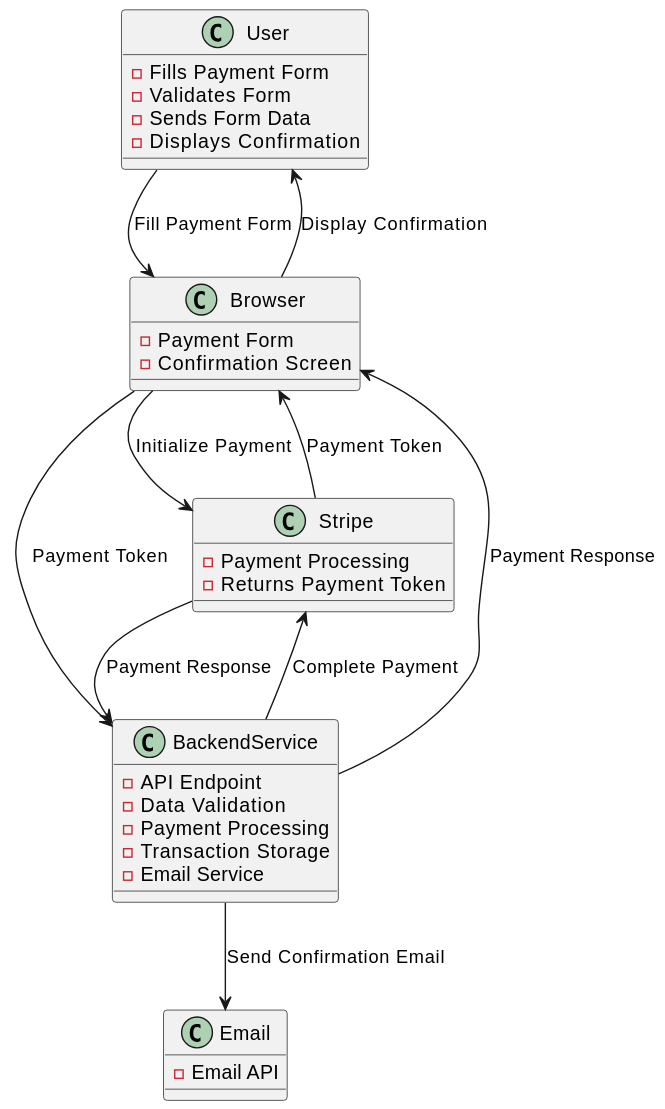
Before: docs/backend-data-flow.svg, a diagram exported from PlantUML (PaulWheatcroft/payment).
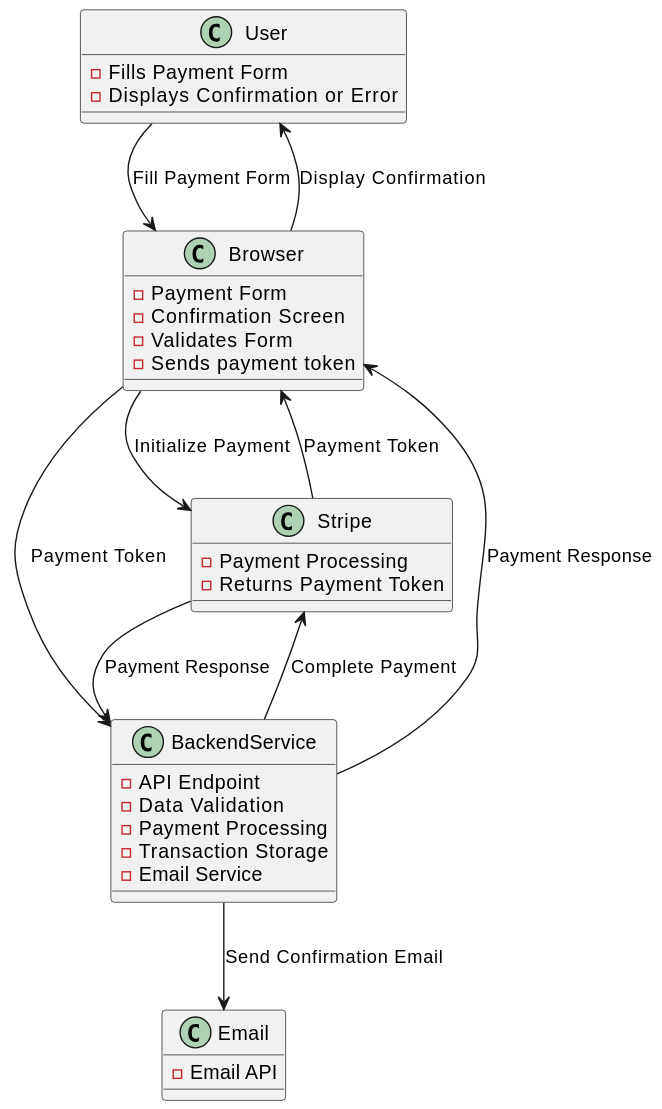
After the change.

The edit, as a diff of the source:
```diff
@@ -3,14 +3,14 @@
 
 RECTANGLE User {
   - Fills Payment Form
-  - Validates Form
-  - Sends Form Data
-  - Displays Confirmation
+  - Displays Confirmation or Error
 }
 
 RECTANGLE Browser {
   - Payment Form
   - Confirmation Screen
+  - Validates Form
+  - Sends payment token
 }
 
 RECTANGLE BackendService {
```
